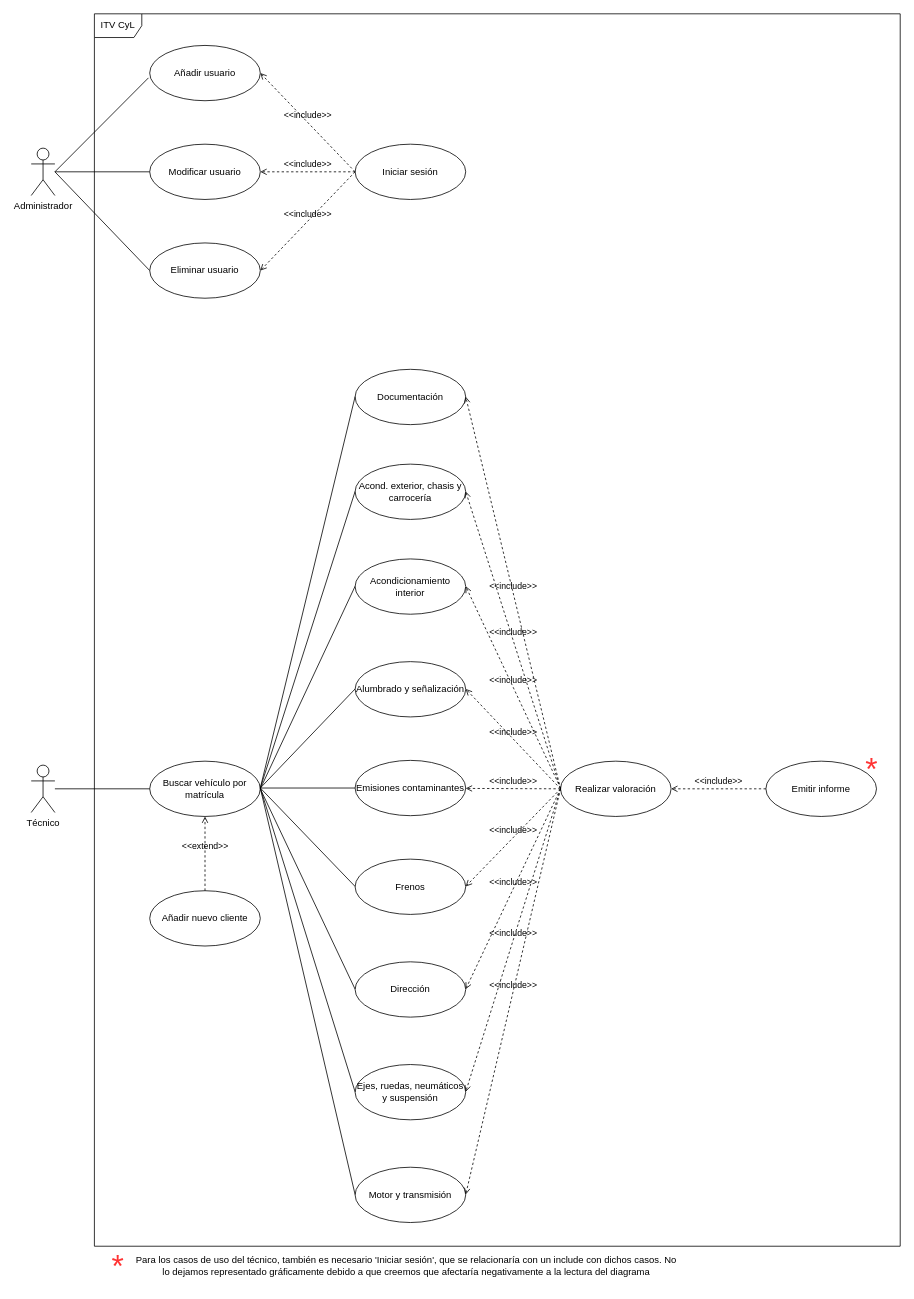
This is page "CasosUsoITV" (1 of 7) of Diagramas/CasosUsoITV.drawio from DavidAndres6-bit/Respoitorio-TFG, a draw.io file, before an edit. Source tidied: cells renumbered, new cells numbered last; positions are measured from the earlier drawing's top-left corner, leaving out a move shared by most shapes. Both pictures are drawn from the tidied source at 79%, with x=0, y=0 at pixel (31, 13).
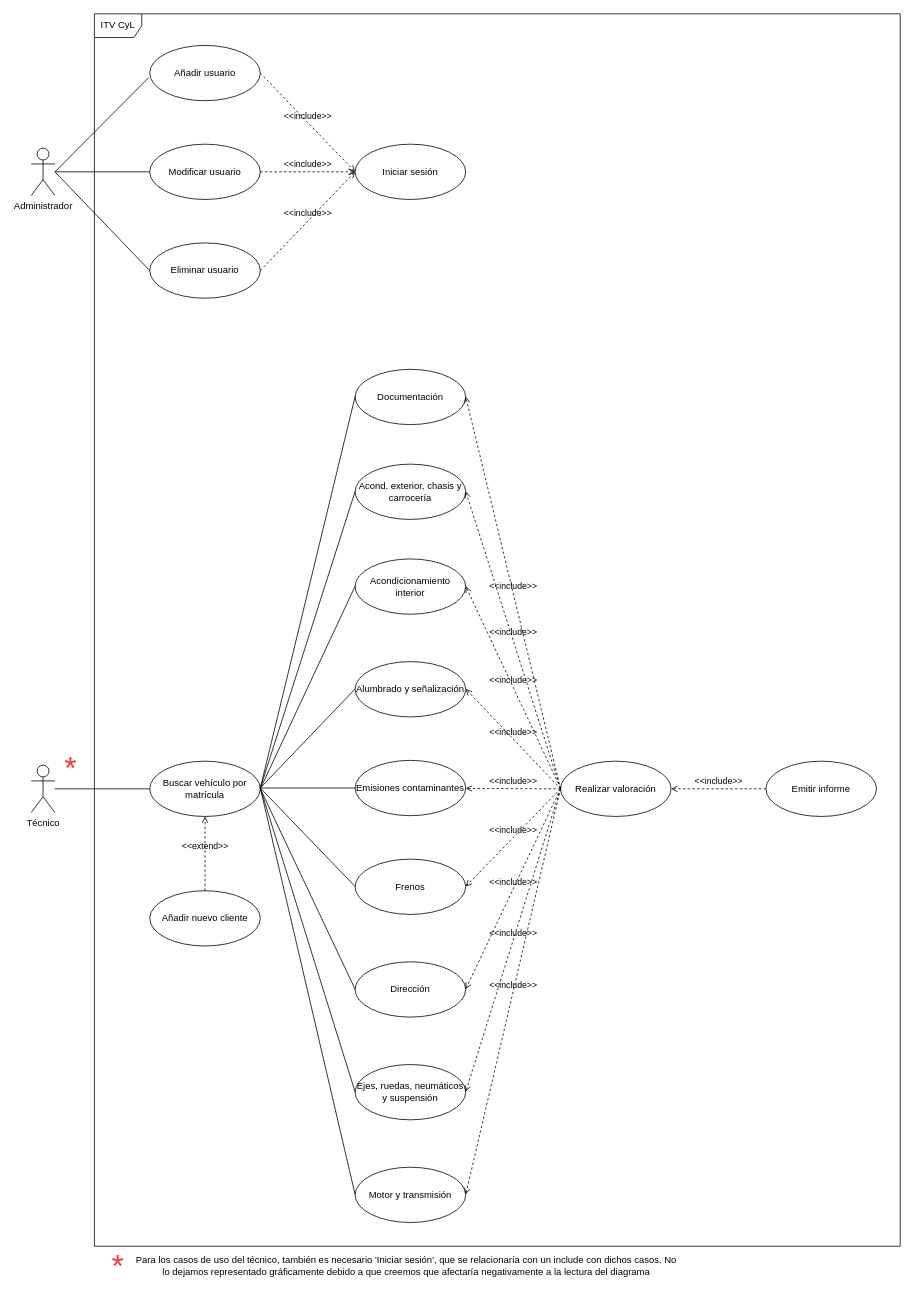
The same diagram, later.

Unchanged cells that the change refers to:
```xml
<mxCell id="4" value="Iniciar sesión" style="ellipse;whiteSpace=wrap;html=1;" parent="1" vertex="1">
  <mxGeometry x="410" y="165" width="140" height="70" as="geometry" />
</mxCell>
<mxCell id="5" value="Añadir usuario" style="ellipse;whiteSpace=wrap;html=1;" parent="1" vertex="1">
  <mxGeometry x="150" y="40" width="140" height="70" as="geometry" />
</mxCell>
<mxCell id="6" value="Modificar usuario" style="ellipse;whiteSpace=wrap;html=1;" parent="1" vertex="1">
  <mxGeometry x="150" y="165" width="140" height="70" as="geometry" />
</mxCell>
<mxCell id="7" value="Eliminar usuario" style="ellipse;whiteSpace=wrap;html=1;" parent="1" vertex="1">
  <mxGeometry x="150" y="290" width="140" height="70" as="geometry" />
</mxCell>
```

Change to the diagram source:
```diff
@@
-    <mxCell id="25" value="&amp;lt;&amp;lt;include&amp;gt;&amp;gt;" style="html=1;verticalAlign=bottom;labelBackgroundColor=none;endArrow=open;endFill=0;dashed=1;rounded=0;exitX=0;exitY=0.5;exitDx=0;exitDy=0;entryX=1;entryY=0.5;entryDx=0;entryDy=0;" parent="1" edge="1" source="4" target="6">
+    <mxCell id="25" value="&amp;lt;&amp;lt;include&amp;gt;&amp;gt;" style="html=1;verticalAlign=bottom;labelBackgroundColor=none;endArrow=open;endFill=0;dashed=1;rounded=0;entryX=0;entryY=0.5;entryDx=0;entryDy=0;" parent="1" edge="1" source="6" target="4">
       <mxGeometry relative="1" as="geometry" />
     </mxCell>
-    <mxCell id="26" value="&amp;lt;&amp;lt;include&amp;gt;&amp;gt;" style="html=1;verticalAlign=bottom;labelBackgroundColor=none;endArrow=open;endFill=0;dashed=1;rounded=0;exitX=0;exitY=0.5;exitDx=0;exitDy=0;entryX=1;entryY=0.5;entryDx=0;entryDy=0;" parent="1" edge="1" source="4" target="7">
-      <mxGeometry relative="1" as="geometry" />
-    </mxCell>
-    <mxCell id="27" value="&amp;lt;&amp;lt;include&amp;gt;&amp;gt;" style="html=1;verticalAlign=bottom;labelBackgroundColor=none;endArrow=open;endFill=0;dashed=1;rounded=0;exitX=0;exitY=0.5;exitDx=0;exitDy=0;entryX=1;entryY=0.5;entryDx=0;entryDy=0;" parent="1" edge="1" source="4" target="5">
-      <mxGeometry relative="1" as="geometry" />
+    <mxCell id="27" value="&amp;lt;&amp;lt;include&amp;gt;&amp;gt;" style="html=1;verticalAlign=bottom;labelBackgroundColor=none;endArrow=open;endFill=0;dashed=1;rounded=0;exitX=1;exitY=0.5;exitDx=0;exitDy=0;" parent="1" edge="1" source="7">
+      <mxGeometry relative="1" as="geometry">
+        <mxPoint x="410" y="200" as="targetPoint" />
+      </mxGeometry>
     </mxCell>
@@
     <mxCell id="49" value="&lt;font color=&quot;#ff3333&quot; style=&quot;font-size: 40px;&quot;&gt;*&lt;/font&gt;" style="text;html=1;align=center;verticalAlign=middle;whiteSpace=wrap;rounded=0;" parent="1" vertex="1">
-      <mxGeometry x="1034" y="940" width="60" height="30" as="geometry" />
+      <mxGeometry x="20" y="939" width="60" height="30" as="geometry" />
     </mxCell>
@@
+    <mxCell id="26" value="&amp;lt;&amp;lt;include&amp;gt;&amp;gt;" style="html=1;verticalAlign=bottom;labelBackgroundColor=none;endArrow=open;endFill=0;dashed=1;rounded=0;exitX=1;exitY=0.5;exitDx=0;exitDy=0;" parent="1" edge="1" source="5">
+      <mxGeometry relative="1" as="geometry">
+        <mxPoint x="410" y="200" as="targetPoint" />
+      </mxGeometry>
+    </mxCell>
```
